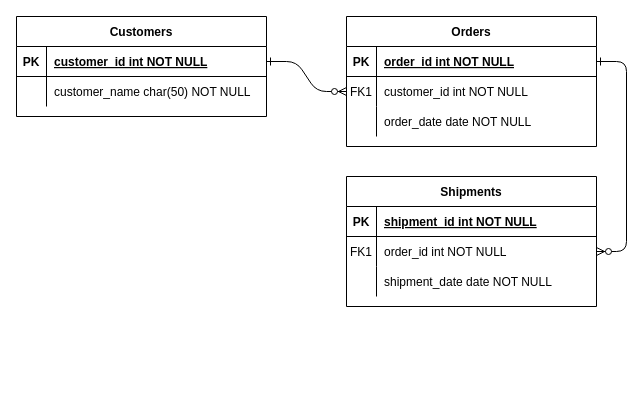
Before: Диаграмма без названия.drawio in anastasiria/ER-diagram_SQL, a draw.io diagram. Source tidied: cells renumbered, new cells numbered last; positions are measured from the earlier drawing's top-left corner, leaving out a move shared by most shapes. Both pictures are drawn from the tidied source at 100%, with x=0, y=0 at pixel (16, 16).
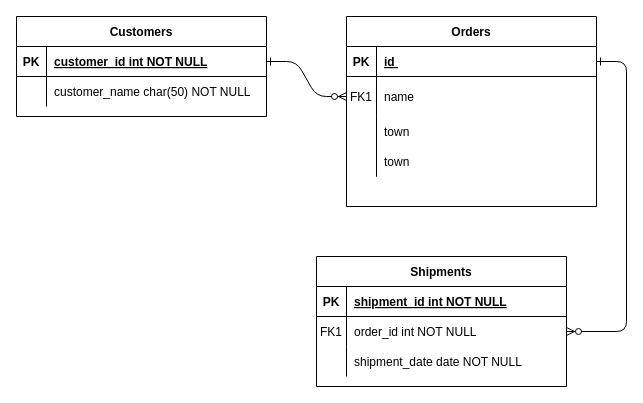
The same page after the edit.

The change refers to these unchanged cells:
```xml
<mxCell id="5" style="shape=partialRectangle;fillColor=none;points=[[0,0.5],[1,0.5]];portConstraint=eastwest;top=0;left=0;right=0;bottom=1;" parent="4" vertex="1">
  <mxGeometry y="30" width="250" height="30" as="geometry" />
</mxCell>
```

Diff of the diagram source:
```diff
@@
     <mxCell id="4" value="Orders" style="shape=table;startSize=30;childLayout=tableLayout;rowLines=0;fontStyle=1;align=center;" parent="1" vertex="1">
-      <mxGeometry x="330" width="250" height="130" as="geometry" />
+      <mxGeometry x="330" width="250" height="190" as="geometry" />
     </mxCell>
@@
-    <mxCell id="7" value="order_id int NOT NULL " style="shape=partialRectangle;overflow=hidden;fillColor=none;top=0;left=0;bottom=0;right=0;align=left;spacingLeft=6;fontStyle=5;" parent="5" vertex="1">
+    <mxCell id="7" value="id " style="shape=partialRectangle;overflow=hidden;fillColor=none;top=0;left=0;bottom=0;right=0;align=left;spacingLeft=6;fontStyle=5;" parent="5" vertex="1">
       <mxGeometry x="30" width="220" height="30" as="geometry" />
     </mxCell>
     <mxCell id="8" style="shape=partialRectangle;fillColor=none;points=[[0,0.5],[1,0.5]];portConstraint=eastwest;top=0;left=0;right=0;bottom=0;" parent="4" vertex="1">
-      <mxGeometry y="60" width="250" height="30" as="geometry" />
+      <mxGeometry y="60" width="250" height="40" as="geometry" />
     </mxCell>
     <mxCell id="9" value="FK1" style="shape=partialRectangle;overflow=hidden;fillColor=none;top=0;left=0;bottom=0;right=0;" parent="8" vertex="1">
-      <mxGeometry width="30" height="30" as="geometry" />
+      <mxGeometry width="30" height="40" as="geometry" />
     </mxCell>
-    <mxCell id="10" value="customer_id int NOT NULL" style="shape=partialRectangle;overflow=hidden;fillColor=none;top=0;left=0;bottom=0;right=0;align=left;spacingLeft=6;" parent="8" vertex="1">
-      <mxGeometry x="30" width="220" height="30" as="geometry" />
+    <mxCell id="10" value="name" style="shape=partialRectangle;overflow=hidden;fillColor=none;top=0;left=0;bottom=0;right=0;align=left;spacingLeft=6;" parent="8" vertex="1">
+      <mxGeometry x="30" width="220" height="40" as="geometry" />
     </mxCell>
     <mxCell id="11" style="shape=partialRectangle;fillColor=none;top=0;left=0;right=0;bottom=0;" parent="4" vertex="1">
-      <mxGeometry y="90" width="250" height="30" as="geometry" />
+      <mxGeometry y="100" width="250" height="30" as="geometry" />
     </mxCell>
@@
-    <mxCell id="13" value="order_date date NOT NULL" style="shape=partialRectangle;overflow=hidden;fillColor=none;top=0;left=0;bottom=0;right=0;align=left;spacingLeft=6;" parent="11" vertex="1">
+    <mxCell id="13" value="town" style="shape=partialRectangle;overflow=hidden;fillColor=none;top=0;left=0;bottom=0;right=0;align=left;spacingLeft=6;" parent="11" vertex="1">
       <mxGeometry x="30" width="220" height="30" as="geometry" />
     </mxCell>
+    <mxCell id="31" style="shape=partialRectangle;fillColor=none;top=0;left=0;right=0;bottom=0;" parent="4" vertex="1">
+      <mxGeometry y="130" width="250" height="30" as="geometry" />
+    </mxCell>
+    <mxCell id="32" style="shape=partialRectangle;overflow=hidden;fillColor=none;top=0;left=0;bottom=0;right=0;" parent="31" vertex="1">
+      <mxGeometry width="30" height="30" as="geometry" />
+    </mxCell>
+    <mxCell id="33" value="town" style="shape=partialRectangle;overflow=hidden;fillColor=none;top=0;left=0;bottom=0;right=0;align=left;spacingLeft=6;" parent="31" vertex="1">
+      <mxGeometry x="30" width="220" height="30" as="geometry" />
+    </mxCell>
     <mxCell id="14" value="Shipments" style="shape=table;startSize=30;childLayout=tableLayout;rowLines=0;fontStyle=1;align=center;" parent="1" vertex="1">
-      <mxGeometry x="330" y="160" width="250" height="130" as="geometry" />
+      <mxGeometry x="300" y="240" width="250" height="130" as="geometry" />
     </mxCell>
@@
+    <mxCell id="34" style="endArrow=none;html=1;rounded=0;" parent="1" edge="1">
+      <mxGeometry relative="1" as="geometry">
+        <mxPoint x="360" y="160" as="sourcePoint" />
+        <mxPoint x="360" y="100" as="targetPoint" />
+        <Array as="points">
+          <mxPoint x="360" y="120" />
+        </Array>
+      </mxGeometry>
+    </mxCell>
```
